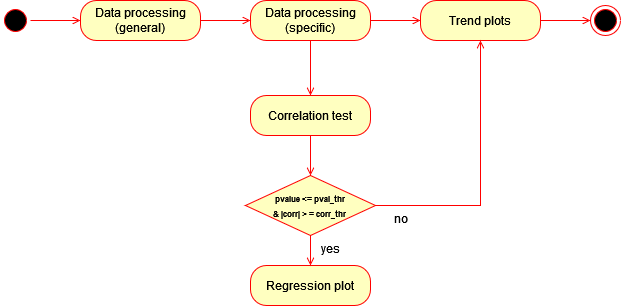
joymallick/EDA-COVID-19-Pandemic-Metrics keeps this draw.io diagram as docs/Workflow3ActivityDiagram.png. Above is the earlier version. Source tidied: cells renumbered, new cells last; positions are measured from the earlier drawing's top-left corner, leaving out a move shared by most shapes.
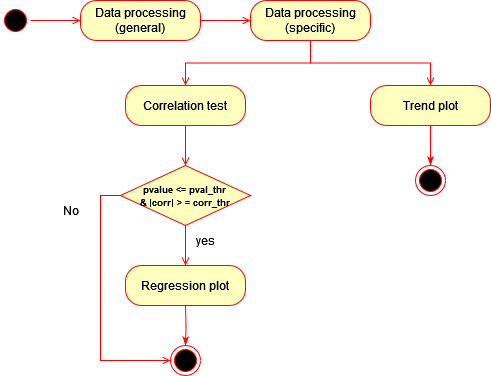
After the change.

The edit, as a diff of the source:
```diff
@@ -8,12 +8,12 @@
     <mxCell id="3" style="ellipse;html=1;shape=startState;fillColor=#000000;strokeColor=#ff0000;" parent="1" vertex="1">
       <mxGeometry y="5" width="30" height="30" as="geometry" />
     </mxCell>
-    <mxCell id="4" style="edgeStyle=orthogonalEdgeStyle;rounded=0;jettySize=auto;html=1;exitX=1;exitY=0.5;exitDx=0;exitDy=0;entryX=0;entryY=0.5;entryDx=0;entryDy=0;strokeColor=#FF0000;endArrow=open;endFill=0;" parent="1" edge="1" source="6" target="10">
-      <mxGeometry relative="1" as="geometry" />
-    </mxCell>
     <mxCell id="5" style="edgeStyle=orthogonalEdgeStyle;rounded=0;jettySize=auto;html=1;exitX=0.5;exitY=1;exitDx=0;exitDy=0;strokeColor=#FF0000;endArrow=open;endFill=0;" parent="1" edge="1" source="6" target="12">
       <mxGeometry relative="1" as="geometry" />
     </mxCell>
+    <mxCell id="20" style="edgeStyle=orthogonalEdgeStyle;rounded=0;jettySize=auto;html=1;strokeColor=#FF0000;endArrow=open;endFill=0;" parent="1" edge="1" source="6" target="23">
+      <mxGeometry relative="1" as="geometry" />
+    </mxCell>
     <mxCell id="6" value="&lt;div&gt;Data processing&lt;/div&gt;&lt;div&gt;(specific)&lt;br&gt;&lt;/div&gt;" style="rounded=1;whiteSpace=wrap;html=1;arcSize=40;fontColor=#000000;fillColor=#ffffc0;strokeColor=#ff0000;" parent="1" vertex="1">
       <mxGeometry x="250" width="120" height="40" as="geometry" />
     </mxCell>
@@ -23,38 +23,46 @@
     <mxCell id="8" value="&lt;div&gt;Data processing&lt;/div&gt;&lt;div&gt;(general)&lt;br&gt;&lt;/div&gt;" style="rounded=1;whiteSpace=wrap;html=1;arcSize=40;fontColor=#000000;fillColor=#ffffc0;strokeColor=#ff0000;" parent="1" vertex="1">
       <mxGeometry x="80" width="120" height="40" as="geometry" />
     </mxCell>
-    <mxCell id="9" style="edgeStyle=orthogonalEdgeStyle;rounded=0;jettySize=auto;html=1;exitX=1;exitY=0.5;exitDx=0;exitDy=0;entryX=0;entryY=0.5;entryDx=0;entryDy=0;endArrow=open;endFill=0;strokeColor=#FF0000;" parent="1" edge="1" source="10" target="19">
-      <mxGeometry relative="1" as="geometry" />
-    </mxCell>
-    <mxCell id="10" value="Trend plots" style="rounded=1;whiteSpace=wrap;html=1;arcSize=40;fontColor=#000000;fillColor=#ffffc0;strokeColor=#ff0000;" parent="1" vertex="1">
-      <mxGeometry x="420" width="120" height="40" as="geometry" />
-    </mxCell>
     <mxCell id="11" style="edgeStyle=orthogonalEdgeStyle;rounded=0;jettySize=auto;html=1;strokeColor=#FF0000;endArrow=open;endFill=0;" parent="1" edge="1" source="12" target="16">
       <mxGeometry relative="1" as="geometry" />
     </mxCell>
     <mxCell id="12" value="Correlation test" style="rounded=1;whiteSpace=wrap;html=1;arcSize=40;fontColor=#000000;fillColor=#ffffc0;strokeColor=#ff0000;" parent="1" vertex="1">
-      <mxGeometry x="250" y="95" width="120" height="40" as="geometry" />
+      <mxGeometry x="125" y="85" width="120" height="40" as="geometry" />
     </mxCell>
     <mxCell id="13" value="Regression plot" style="rounded=1;whiteSpace=wrap;html=1;arcSize=40;fontColor=#000000;fillColor=#ffffc0;strokeColor=#ff0000;" parent="1" vertex="1">
-      <mxGeometry x="250" y="265" width="120" height="40" as="geometry" />
+      <mxGeometry x="125" y="265" width="120" height="40" as="geometry" />
     </mxCell>
     <mxCell id="14" style="edgeStyle=orthogonalEdgeStyle;rounded=0;jettySize=auto;html=1;exitX=0.5;exitY=1;exitDx=0;exitDy=0;entryX=0.5;entryY=0;entryDx=0;entryDy=0;endArrow=open;endFill=0;strokeColor=#FF0000;" parent="1" edge="1" source="16" target="13">
       <mxGeometry relative="1" as="geometry" />
     </mxCell>
-    <mxCell id="15" style="edgeStyle=orthogonalEdgeStyle;rounded=0;jettySize=auto;html=1;exitX=1;exitY=0.5;exitDx=0;exitDy=0;entryX=0.5;entryY=1;entryDx=0;entryDy=0;strokeColor=#FF0000;endArrow=open;endFill=0;" parent="1" edge="1" source="16" target="10">
-      <mxGeometry relative="1" as="geometry" />
-    </mxCell>
+    <mxCell id="21" style="edgeStyle=orthogonalEdgeStyle;rounded=0;jettySize=auto;html=1;exitX=0;exitY=0.5;exitDx=0;exitDy=0;entryX=0;entryY=0.5;entryDx=0;entryDy=0;strokeColor=#FF0000;endArrow=open;endFill=0;" parent="1" edge="1" source="16" target="26">
+      <mxGeometry relative="1" as="geometry" />
+    </mxCell>
-    <mxCell id="16" value="&lt;div&gt;&lt;font style=&quot;font-size: 8px;&quot;&gt;&lt;b&gt;pvalue &amp;lt;= pval_thr&lt;/b&gt;&lt;/font&gt;&lt;/div&gt;&lt;div&gt;&lt;font style=&quot;font-size: 8px;&quot;&gt;&lt;b&gt;&amp;amp; |corr| &amp;gt; = corr_thr&lt;br&gt;&lt;/b&gt;&lt;/font&gt;&lt;/div&gt;" style="rhombus;whiteSpace=wrap;html=1;fontColor=#000000;fillColor=#ffffc0;strokeColor=#ff0000;" parent="1" vertex="1">
-      <mxGeometry x="245" y="175" width="130" height="60" as="geometry" />
+    <mxCell id="16" value="&lt;div style=&quot;font-size: 9px;&quot;&gt;&lt;sub&gt;&lt;font style=&quot;font-size: 9px;&quot;&gt;&lt;b&gt;pvalue &amp;lt;= pval_thr&lt;/b&gt;&lt;/font&gt;&lt;/sub&gt;&lt;/div&gt;&lt;div style=&quot;font-size: 9px;&quot;&gt;&lt;sub&gt;&lt;font style=&quot;font-size: 9px;&quot;&gt;&lt;b&gt;&amp;amp; |corr| &amp;gt; = corr_thr&lt;br&gt;&lt;/b&gt;&lt;/font&gt;&lt;/sub&gt;&lt;/div&gt;" style="rhombus;whiteSpace=wrap;html=1;fontColor=#000000;fillColor=#ffffc0;strokeColor=#ff0000;" parent="1" vertex="1">
+      <mxGeometry x="120" y="165" width="130" height="60" as="geometry" />
     </mxCell>
     <mxCell id="17" value="yes" style="text;html=1;align=center;verticalAlign=middle;strokeColor=none;fillColor=none;" parent="1" vertex="1">
-      <mxGeometry x="310" y="233" width="40" height="30" as="geometry" />
+      <mxGeometry x="185" y="225" width="40" height="30" as="geometry" />
     </mxCell>
-    <mxCell id="18" value="no" style="text;html=1;align=center;verticalAlign=middle;strokeColor=none;fillColor=none;" parent="1" vertex="1">
-      <mxGeometry x="380" y="203" width="40" height="30" as="geometry" />
-    </mxCell>
-    <mxCell id="19" style="ellipse;html=1;shape=endState;fillColor=#000000;strokeColor=#ff0000;" parent="1" vertex="1">
-      <mxGeometry x="590" y="5" width="30" height="30" as="geometry" />
-    </mxCell>
+    <mxCell id="22" style="edgeStyle=orthogonalEdgeStyle;rounded=0;jettySize=auto;html=1;exitX=0.5;exitY=1;exitDx=0;exitDy=0;entryX=0.5;entryY=0;entryDx=0;entryDy=0;strokeColor=#FF0000;endArrow=classicThin;endFill=1;" parent="1" edge="1" source="23" target="24">
+      <mxGeometry relative="1" as="geometry" />
+    </mxCell>
+    <mxCell id="23" value="Trend plot" style="rounded=1;whiteSpace=wrap;html=1;arcSize=40;fontColor=#000000;fillColor=#ffffc0;strokeColor=#ff0000;" parent="1" vertex="1">
+      <mxGeometry x="370" y="85" width="120" height="40" as="geometry" />
+    </mxCell>
+    <mxCell id="24" style="ellipse;html=1;shape=endState;fillColor=#000000;strokeColor=#ff0000;" parent="1" vertex="1">
+      <mxGeometry x="415" y="165" width="30" height="30" as="geometry" />
+    </mxCell>
+    <mxCell id="25" style="edgeStyle=orthogonalEdgeStyle;rounded=0;jettySize=auto;html=1;exitX=0.5;exitY=1;exitDx=0;exitDy=0;entryX=0.5;entryY=0;entryDx=0;entryDy=0;strokeColor=#FF0000;endArrow=classicThin;endFill=1;" parent="1" edge="1" target="26">
+      <mxGeometry relative="1" as="geometry">
+        <mxPoint x="185" y="305" as="sourcePoint" />
+      </mxGeometry>
+    </mxCell>
+    <mxCell id="26" style="ellipse;html=1;shape=endState;fillColor=#000000;strokeColor=#ff0000;" parent="1" vertex="1">
+      <mxGeometry x="170" y="345" width="30" height="30" as="geometry" />
+    </mxCell>
+    <mxCell id="27" value="No" style="text;html=1;align=center;verticalAlign=middle;strokeColor=none;fillColor=none;" parent="1" vertex="1">
+      <mxGeometry x="50" y="195" width="40" height="30" as="geometry" />
+    </mxCell>
   </root>
 </mxGraphModel>
```
